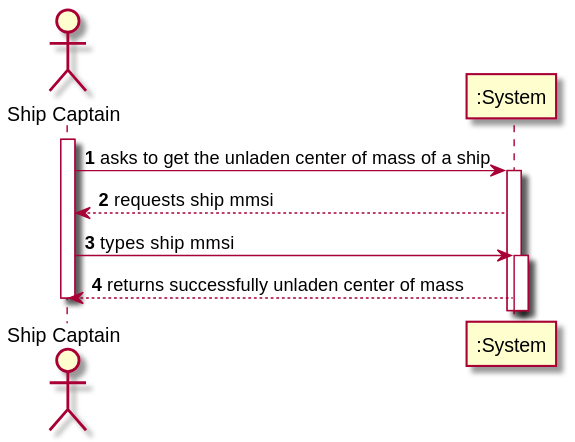
This is docs/Sprint 4/US418/US418_SSD.svg from ana-albergaria/LAPR3-ISEP, a PlantUML export, as it was before one commit. The source it was exported from:
```plantuml
@startuml
autonumber
actor "Ship Captain" as PM

activate PM
PM -> ":System" : asks to get the unladen center of mass of a ship

activate ":System"
":System" --> PM : requests ship mmsi


PM -> ":System" : types ship mmsi

activate ":System"
":System" --> PM : returns successfully unladen center of mass




deactivate PM
@enduml
```
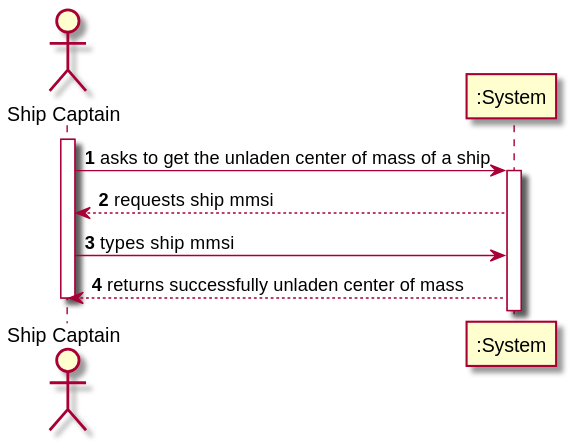
The same file after the commit.

Change to the diagram source:
```diff
@@ -11,7 +11,7 @@
 
 PM -> ":System" : types ship mmsi
 
-activate ":System"
+
 ":System" --> PM : returns successfully unladen center of mass
 
 
```
